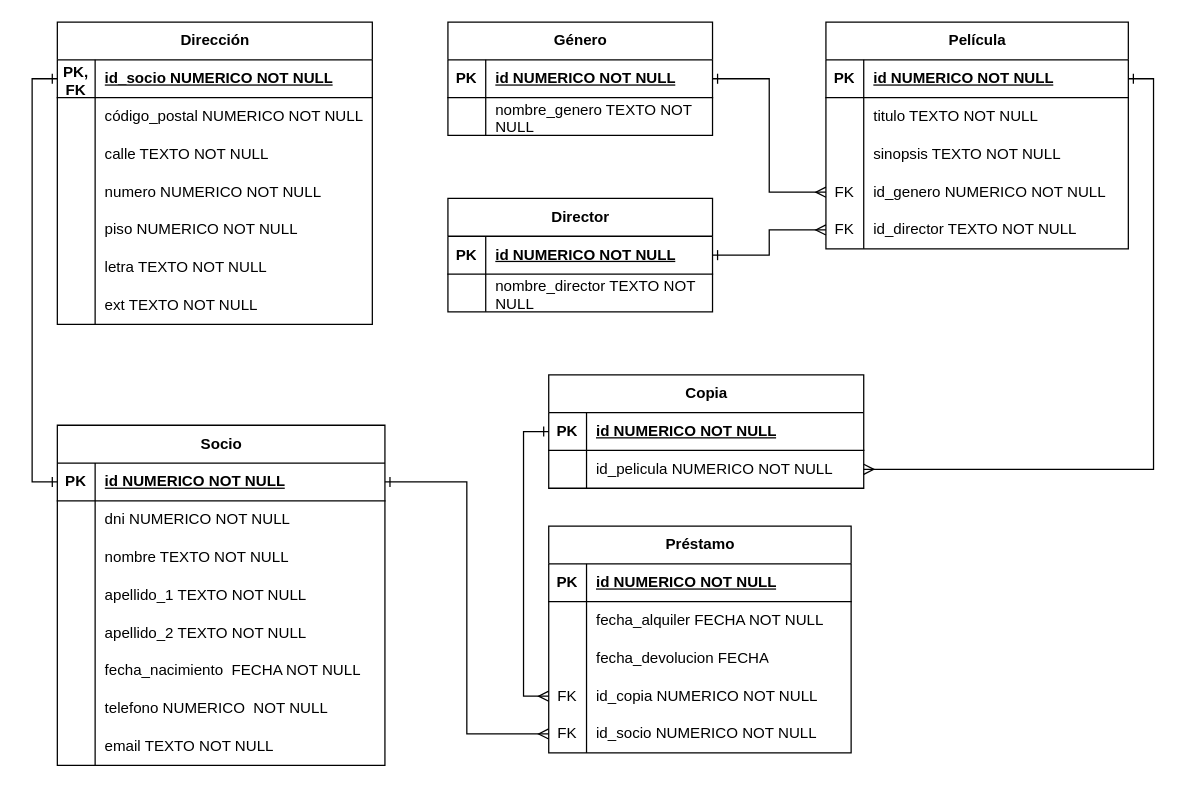
The draw.io diagram videoclub_silvia.drawio in datasilvia/Pr-ctica-modelado-y-SQL-videoclub, before the edit. Source tidied: cells renumbered, new cells numbered last; positions are measured from the earlier drawing's top-left corner, leaving out a move shared by most shapes. Both pictures are drawn from the tidied source at 126%, with x=0, y=0 at pixel (57, 21).
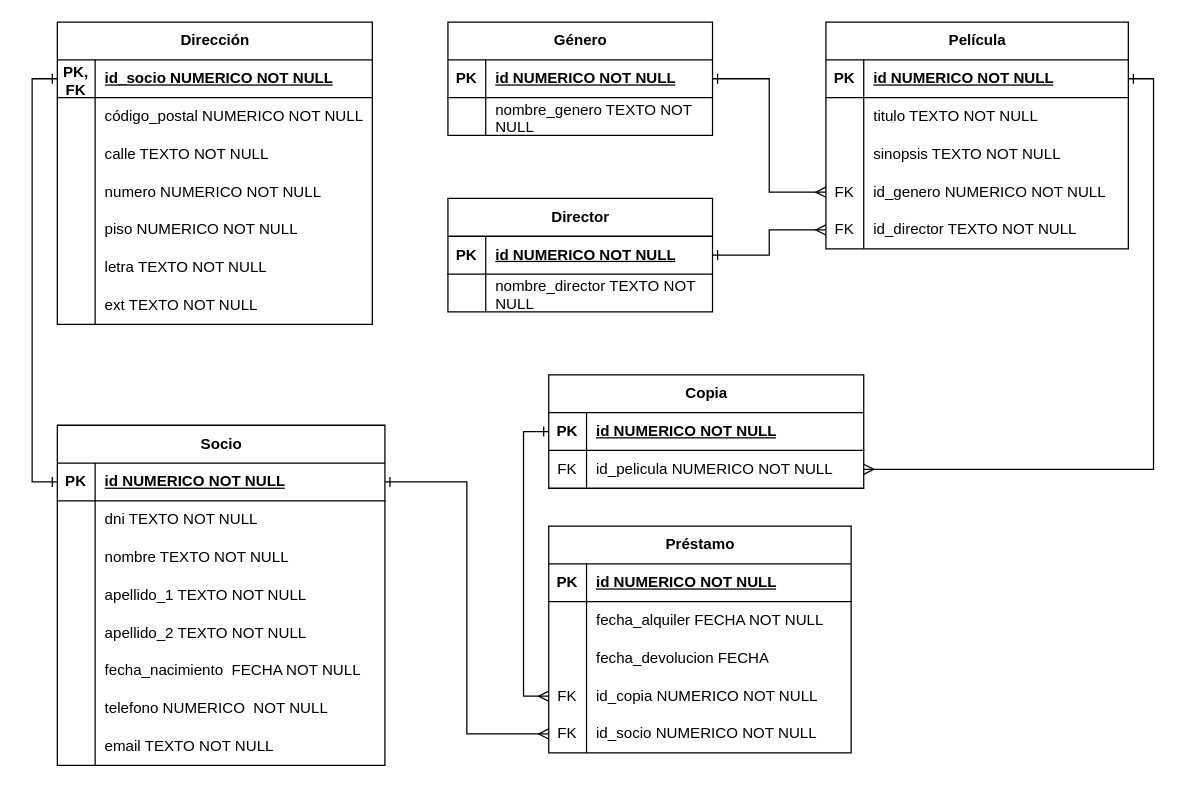
Above is the later version.

Unchanged cells that the change refers to:
```xml
<mxCell id="6" style="shape=tableRow;horizontal=0;startSize=0;swimlaneHead=0;swimlaneBody=0;fillColor=none;top=0;left=0;right=0;bottom=0;" parent="2" vertex="1">
  <mxGeometry y="60" width="260" height="30" as="geometry" />
</mxCell>
<mxCell id="99" style="shape=tableRow;horizontal=0;startSize=0;swimlaneHead=0;swimlaneBody=0;fillColor=none;points=[[0,0.5],[1,0.5]];portConstraint=eastwest;top=0;left=0;right=0;bottom=0;" parent="95" vertex="1">
  <mxGeometry y="60" width="250" height="30" as="geometry" />
</mxCell>
```

Diff of the diagram source:
```diff
@@
-    <mxCell id="8" value="dni NUMERICO NOT NULL" style="shape=partialRectangle;fillColor=none;top=0;left=0;bottom=0;right=0;align=left;spacingLeft=6;overflow=hidden;whiteSpace=wrap;html=1;" parent="6" vertex="1">
+    <mxCell id="8" value="dni TEXTO NOT NULL" style="shape=partialRectangle;fillColor=none;top=0;left=0;bottom=0;right=0;align=left;spacingLeft=6;overflow=hidden;whiteSpace=wrap;html=1;" parent="6" vertex="1">
       <mxGeometry x="30" width="230" height="30" as="geometry" />
     </mxCell>
@@
-    <mxCell id="100" style="shape=partialRectangle;fillColor=none;top=0;left=0;bottom=0;right=0;overflow=hidden;whiteSpace=wrap;html=1;" parent="99" vertex="1">
+    <mxCell id="100" value="FK" style="shape=partialRectangle;fillColor=none;top=0;left=0;bottom=0;right=0;overflow=hidden;whiteSpace=wrap;html=1;" parent="99" vertex="1">
       <mxGeometry width="30" height="30" as="geometry" />
     </mxCell>
```
